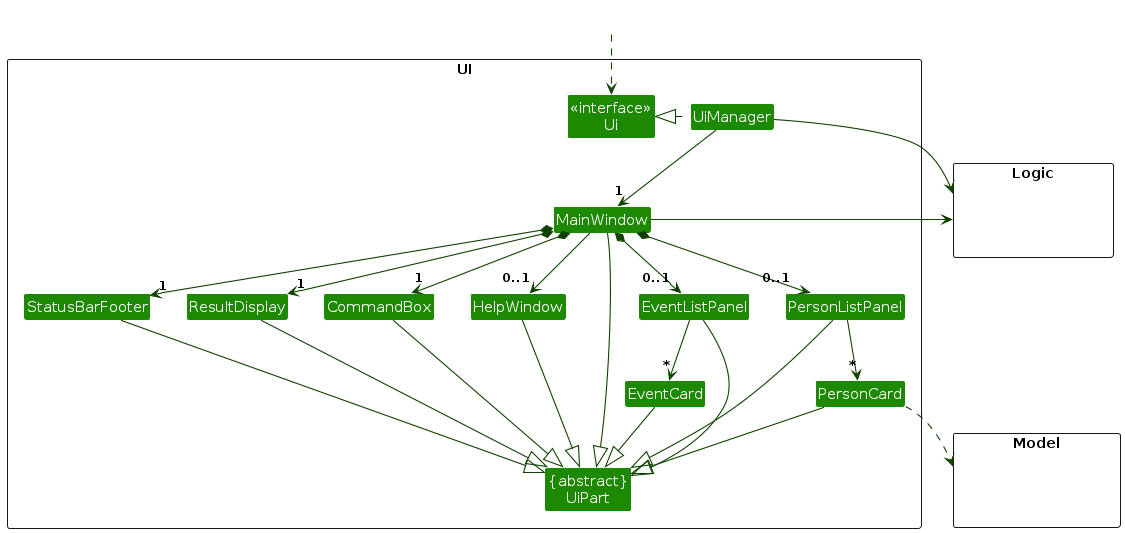
The PlantUML diagram diagrams/UiClassDiagram.png in limyixiang/tp, before a commit. Its source is kept beside it as diagrams/UiClassDiagram.puml. The source it was exported from:
```plantuml
@startuml
!include style.puml
skinparam arrowThickness 1.1
skinparam arrowColor UI_COLOR_T4
skinparam classBackgroundColor UI_COLOR

package UI <<Rectangle>>{
Class "<<interface>>\nUi" as Ui
Class "{abstract}\nUiPart" as UiPart
Class UiManager
Class MainWindow
Class HelpWindow
Class ResultDisplay
Class PersonListPanel
Class PersonCard
Class EventListPanel
Class EventCard
Class StatusBarFooter
Class CommandBox
}

package Model <<Rectangle>> {
Class HiddenModel #FFFFFF
}

package Logic <<Rectangle>> {
Class HiddenLogic #FFFFFF
}

Class HiddenOutside #FFFFFF
HiddenOutside ..> Ui

UiManager .left.|> Ui
UiManager -down-> "1" MainWindow
MainWindow *-down->  "1" CommandBox
MainWindow *-down-> "1" ResultDisplay
MainWindow *-down-> "0..1" PersonListPanel
MainWindow *-down-> "0..1" EventListPanel
MainWindow *-down-> "1" StatusBarFooter
MainWindow --> "0..1" HelpWindow

PersonListPanel -down-> "*" PersonCard
EventListPanel -down-> "*" EventCard

MainWindow -left-|> UiPart

ResultDisplay --|> UiPart
CommandBox --|> UiPart
PersonListPanel --|> UiPart
PersonCard --|> UiPart
EventListPanel --|> UiPart
EventCard --|> UiPart
StatusBarFooter --|> UiPart
HelpWindow --|> UiPart

PersonCard ..> Model
UiManager -right-> Logic
MainWindow -left-> Logic

PersonListPanel -[hidden]left- HelpWindow
HelpWindow -[hidden]left- CommandBox
CommandBox -[hidden]left- ResultDisplay
ResultDisplay -[hidden]left- StatusBarFooter

MainWindow -[hidden]-|> UiPart
@enduml
```
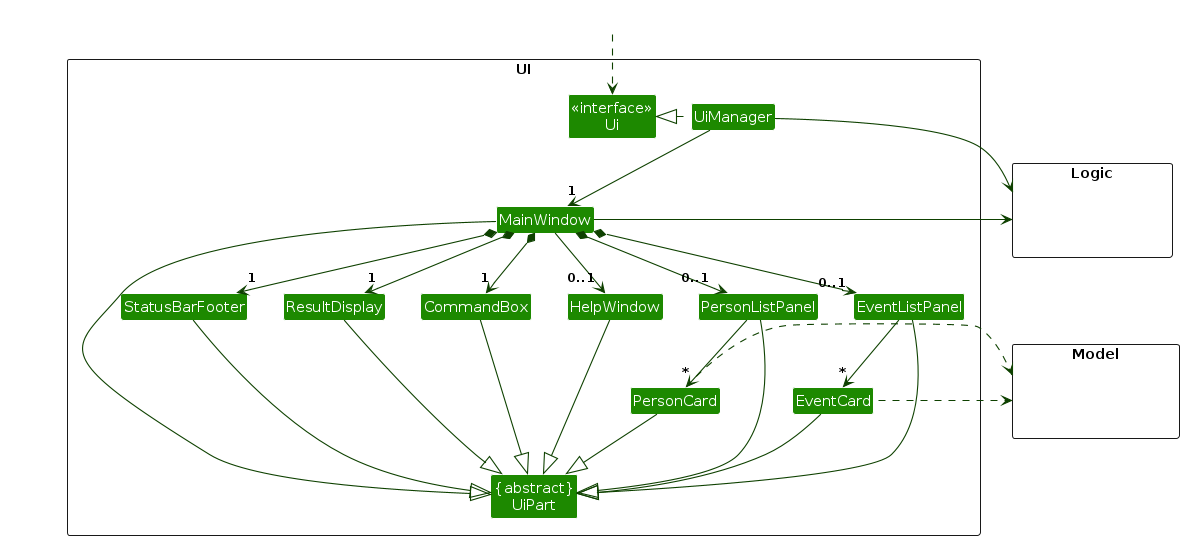
After the change.

Change to the diagram source:
```diff
@@ -53,7 +53,8 @@
 StatusBarFooter --|> UiPart
 HelpWindow --|> UiPart
 
-PersonCard ..> Model
+PersonCard .right.> Model
+EventCard .left.> Model
 UiManager -right-> Logic
 MainWindow -left-> Logic
 
```
